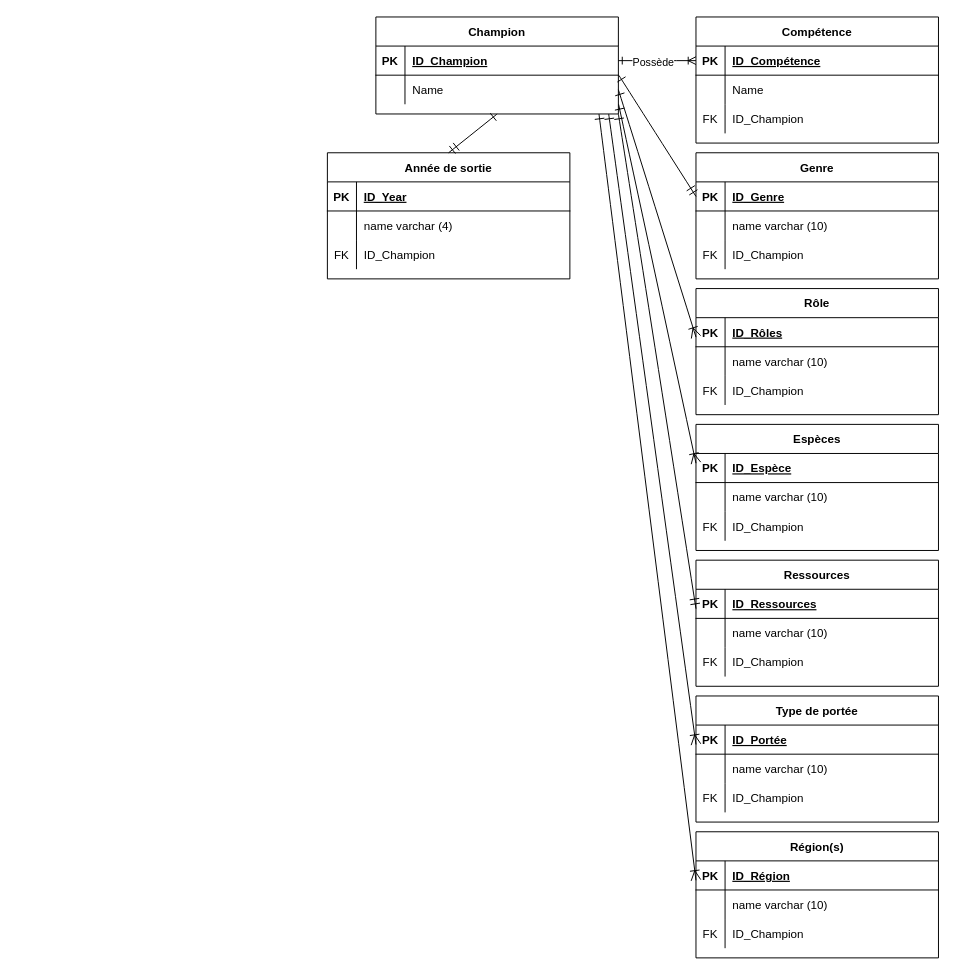
mbacc69005Branly/BTS2-CIEL-IR-MCD-2024-2025 keeps this draw.io diagram as Diagramme sans nom.drawio. Above is the earlier version. Source tidied: cells renumbered, new cells numbered last; positions are measured from the earlier drawing's top-left corner, leaving out a move shared by most shapes. Both pictures are drawn from the tidied source at 97%, with x=0, y=0 at pixel (327, 16).
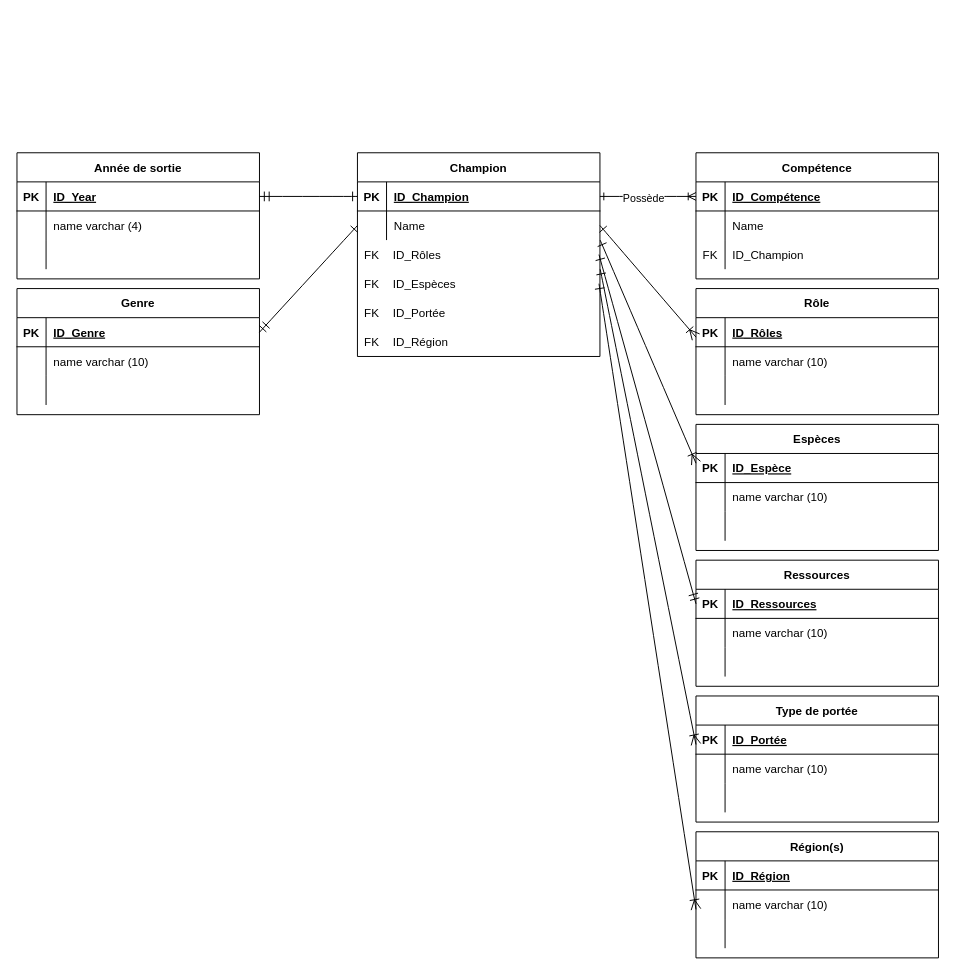
Above is the later version.

Commit message (it also covers changes not shown here):
Mettre à jour Diagramme sans nom.drawio

The change refers to these unchanged cells:
```xml
<mxCell id="15" style="shape=partialRectangle;fillColor=none;points=[[0,0.5],[1,0.5]];portConstraint=eastwest;top=0;left=0;right=0;bottom=1;" parent="14" vertex="1">
  <mxGeometry y="30" width="250" height="30" as="geometry" />
</mxCell>
<mxCell id="21" style="shape=partialRectangle;fillColor=none;top=0;left=0;right=0;bottom=0;" parent="14" vertex="1">
  <mxGeometry y="90" width="250" height="30" as="geometry" />
</mxCell>
<mxCell id="25" style="shape=partialRectangle;fillColor=none;points=[[0,0.5],[1,0.5]];portConstraint=eastwest;top=0;left=0;right=0;bottom=1;" parent="24" vertex="1">
  <mxGeometry y="30" width="250" height="30" as="geometry" />
</mxCell>
<mxCell id="28" style="shape=partialRectangle;fillColor=none;points=[[0,0.5],[1,0.5]];portConstraint=eastwest;top=0;left=0;right=0;bottom=0;" parent="24" vertex="1">
  <mxGeometry y="60" width="250" height="30" as="geometry" />
</mxCell>
<mxCell id="39" style="shape=partialRectangle;fillColor=none;top=0;left=0;right=0;bottom=0;" parent="32" vertex="1">
  <mxGeometry y="90" width="250" height="30" as="geometry" />
</mxCell>
<mxCell id="49" style="shape=partialRectangle;fillColor=none;top=0;left=0;right=0;bottom=0;" parent="42" vertex="1">
  <mxGeometry y="90" width="250" height="30" as="geometry" />
</mxCell>
<mxCell id="53" style="shape=partialRectangle;fillColor=none;points=[[0,0.5],[1,0.5]];portConstraint=eastwest;top=0;left=0;right=0;bottom=1;" parent="52" vertex="1">
  <mxGeometry y="30" width="250" height="30" as="geometry" />
</mxCell>
<mxCell id="59" style="shape=partialRectangle;fillColor=none;top=0;left=0;right=0;bottom=0;" parent="52" vertex="1">
  <mxGeometry y="90" width="250" height="30" as="geometry" />
</mxCell>
<mxCell id="63" style="shape=partialRectangle;fillColor=none;points=[[0,0.5],[1,0.5]];portConstraint=eastwest;top=0;left=0;right=0;bottom=1;" parent="62" vertex="1">
  <mxGeometry y="30" width="250" height="30" as="geometry" />
</mxCell>
<mxCell id="69" style="shape=partialRectangle;fillColor=none;top=0;left=0;right=0;bottom=0;" parent="62" vertex="1">
  <mxGeometry y="90" width="250" height="30" as="geometry" />
</mxCell>
<mxCell id="76" style="shape=partialRectangle;fillColor=none;points=[[0,0.5],[1,0.5]];portConstraint=eastwest;top=0;left=0;right=0;bottom=0;" parent="72" vertex="1">
  <mxGeometry y="60" width="250" height="30" as="geometry" />
</mxCell>
<mxCell id="79" style="shape=partialRectangle;fillColor=none;top=0;left=0;right=0;bottom=0;" parent="72" vertex="1">
  <mxGeometry y="90" width="250" height="30" as="geometry" />
</mxCell>
<mxCell id="83" style="shape=partialRectangle;fillColor=none;points=[[0,0.5],[1,0.5]];portConstraint=eastwest;top=0;left=0;right=0;bottom=1;" parent="82" vertex="1">
  <mxGeometry y="30" width="250" height="30" as="geometry" />
</mxCell>
<mxCell id="89" style="shape=partialRectangle;fillColor=none;top=0;left=0;right=0;bottom=0;" parent="82" vertex="1">
  <mxGeometry y="90" width="250" height="30" as="geometry" />
</mxCell>
```

Change to the diagram source:
```diff
@@
     <mxCell id="4" value="Compétence" style="shape=table;startSize=30;childLayout=tableLayout;rowLines=0;fontStyle=1;align=center;" parent="1" vertex="1">
-      <mxGeometry x="380" width="250" height="130" as="geometry" />
+      <mxGeometry x="380" y="140" width="250" height="130" as="geometry" />
     </mxCell>
@@
     <mxCell id="14" value="Genre" style="shape=table;startSize=30;childLayout=tableLayout;rowLines=0;fontStyle=1;align=center;" parent="1" vertex="1">
-      <mxGeometry x="380" y="140" width="250" height="130" as="geometry" />
+      <mxGeometry x="-320" y="280" width="250" height="130" as="geometry" />
     </mxCell>
@@
-    <mxCell id="22" value="FK" style="shape=partialRectangle;overflow=hidden;fillColor=none;top=0;left=0;bottom=0;right=0;" parent="21" vertex="1">
+    <mxCell id="22" style="shape=partialRectangle;overflow=hidden;fillColor=none;top=0;left=0;bottom=0;right=0;" parent="21" vertex="1">
       <mxGeometry width="30" height="30" as="geometry" />
     </mxCell>
-    <mxCell id="23" value="ID_Champion" style="shape=partialRectangle;overflow=hidden;fillColor=none;top=0;left=0;bottom=0;right=0;align=left;spacingLeft=6;" parent="21" vertex="1">
+    <mxCell id="23" style="shape=partialRectangle;overflow=hidden;fillColor=none;top=0;left=0;bottom=0;right=0;align=left;spacingLeft=6;" parent="21" vertex="1">
       <mxGeometry x="30" width="220" height="30" as="geometry" />
     </mxCell>
     <mxCell id="24" value="Champion" style="shape=table;startSize=30;childLayout=tableLayout;rowLines=0;fontStyle=1;align=center;" parent="1" vertex="1">
-      <mxGeometry x="50" width="250" height="100" as="geometry" />
+      <mxGeometry x="31" y="140" width="250" height="210" as="geometry" />
     </mxCell>
@@
-    <mxCell id="31" style="endArrow=ERmandOne;html=1;rounded=0;fontSize=12;startSize=8;endSize=8;curved=1;exitX=1.002;exitY=1.005;exitDx=0;exitDy=0;startArrow=ERone;startFill=0;endFill=0;entryX=0;entryY=0.5;entryDx=0;entryDy=0;exitPerimeter=0;" parent="1" edge="1" source="25" target="15">
-      <mxGeometry relative="1" as="geometry" />
-    </mxCell>
@@
-    <mxCell id="40" value="FK" style="shape=partialRectangle;overflow=hidden;fillColor=none;top=0;left=0;bottom=0;right=0;" parent="39" vertex="1">
+    <mxCell id="40" style="shape=partialRectangle;overflow=hidden;fillColor=none;top=0;left=0;bottom=0;right=0;" parent="39" vertex="1">
       <mxGeometry width="30" height="30" as="geometry" />
     </mxCell>
-    <mxCell id="41" value="ID_Champion" style="shape=partialRectangle;overflow=hidden;fillColor=none;top=0;left=0;bottom=0;right=0;align=left;spacingLeft=6;" parent="39" vertex="1">
+    <mxCell id="41" style="shape=partialRectangle;overflow=hidden;fillColor=none;top=0;left=0;bottom=0;right=0;align=left;spacingLeft=6;" parent="39" vertex="1">
       <mxGeometry x="30" width="220" height="30" as="geometry" />
     </mxCell>
@@
-    <mxCell id="50" value="FK" style="shape=partialRectangle;overflow=hidden;fillColor=none;top=0;left=0;bottom=0;right=0;" parent="49" vertex="1">
+    <mxCell id="50" style="shape=partialRectangle;overflow=hidden;fillColor=none;top=0;left=0;bottom=0;right=0;" parent="49" vertex="1">
       <mxGeometry width="30" height="30" as="geometry" />
     </mxCell>
-    <mxCell id="51" value="ID_Champion" style="shape=partialRectangle;overflow=hidden;fillColor=none;top=0;left=0;bottom=0;right=0;align=left;spacingLeft=6;" parent="49" vertex="1">
+    <mxCell id="51" style="shape=partialRectangle;overflow=hidden;fillColor=none;top=0;left=0;bottom=0;right=0;align=left;spacingLeft=6;" parent="49" vertex="1">
       <mxGeometry x="30" width="220" height="30" as="geometry" />
     </mxCell>
@@
-    <mxCell id="60" value="FK" style="shape=partialRectangle;overflow=hidden;fillColor=none;top=0;left=0;bottom=0;right=0;" parent="59" vertex="1">
+    <mxCell id="60" style="shape=partialRectangle;overflow=hidden;fillColor=none;top=0;left=0;bottom=0;right=0;" parent="59" vertex="1">
       <mxGeometry width="30" height="30" as="geometry" />
     </mxCell>
-    <mxCell id="61" value="ID_Champion" style="shape=partialRectangle;overflow=hidden;fillColor=none;top=0;left=0;bottom=0;right=0;align=left;spacingLeft=6;" parent="59" vertex="1">
+    <mxCell id="61" style="shape=partialRectangle;overflow=hidden;fillColor=none;top=0;left=0;bottom=0;right=0;align=left;spacingLeft=6;" parent="59" vertex="1">
       <mxGeometry x="30" width="220" height="30" as="geometry" />
     </mxCell>
@@
-    <mxCell id="70" value="FK" style="shape=partialRectangle;overflow=hidden;fillColor=none;top=0;left=0;bottom=0;right=0;" parent="69" vertex="1">
+    <mxCell id="70" style="shape=partialRectangle;overflow=hidden;fillColor=none;top=0;left=0;bottom=0;right=0;" parent="69" vertex="1">
       <mxGeometry width="30" height="30" as="geometry" />
     </mxCell>
-    <mxCell id="71" value="ID_Champion" style="shape=partialRectangle;overflow=hidden;fillColor=none;top=0;left=0;bottom=0;right=0;align=left;spacingLeft=6;" parent="69" vertex="1">
+    <mxCell id="71" style="shape=partialRectangle;overflow=hidden;fillColor=none;top=0;left=0;bottom=0;right=0;align=left;spacingLeft=6;" parent="69" vertex="1">
       <mxGeometry x="30" width="220" height="30" as="geometry" />
     </mxCell>
@@
-    <mxCell id="80" value="FK" style="shape=partialRectangle;overflow=hidden;fillColor=none;top=0;left=0;bottom=0;right=0;" parent="79" vertex="1">
+    <mxCell id="80" style="shape=partialRectangle;overflow=hidden;fillColor=none;top=0;left=0;bottom=0;right=0;" parent="79" vertex="1">
       <mxGeometry width="30" height="30" as="geometry" />
     </mxCell>
-    <mxCell id="81" value="ID_Champion" style="shape=partialRectangle;overflow=hidden;fillColor=none;top=0;left=0;bottom=0;right=0;align=left;spacingLeft=6;" parent="79" vertex="1">
+    <mxCell id="81" style="shape=partialRectangle;overflow=hidden;fillColor=none;top=0;left=0;bottom=0;right=0;align=left;spacingLeft=6;" parent="79" vertex="1">
       <mxGeometry x="30" width="220" height="30" as="geometry" />
     </mxCell>
     <mxCell id="82" value="Année de sortie" style="shape=table;startSize=30;childLayout=tableLayout;rowLines=0;fontStyle=1;align=center;" parent="1" vertex="1">
-      <mxGeometry y="140" width="250" height="130" as="geometry" />
+      <mxGeometry x="-320" y="140" width="250" height="130" as="geometry" />
     </mxCell>
@@
-    <mxCell id="90" value="FK" style="shape=partialRectangle;overflow=hidden;fillColor=none;top=0;left=0;bottom=0;right=0;" parent="89" vertex="1">
+    <mxCell id="90" style="shape=partialRectangle;overflow=hidden;fillColor=none;top=0;left=0;bottom=0;right=0;" parent="89" vertex="1">
       <mxGeometry width="30" height="30" as="geometry" />
     </mxCell>
-    <mxCell id="91" value="ID_Champion" style="shape=partialRectangle;overflow=hidden;fillColor=none;top=0;left=0;bottom=0;right=0;align=left;spacingLeft=6;" parent="89" vertex="1">
+    <mxCell id="91" style="shape=partialRectangle;overflow=hidden;fillColor=none;top=0;left=0;bottom=0;right=0;align=left;spacingLeft=6;" parent="89" vertex="1">
       <mxGeometry x="30" width="220" height="30" as="geometry" />
     </mxCell>
@@
-    <mxCell id="94" style="endArrow=ERmandOne;html=1;rounded=0;fontSize=12;startSize=8;endSize=8;curved=1;exitX=0.5;exitY=1;exitDx=0;exitDy=0;entryX=0.5;entryY=0;entryDx=0;entryDy=0;endFill=0;startArrow=ERone;startFill=0;" parent="1" edge="1" source="24" target="82">
+    <mxCell id="94" style="endArrow=ERmandOne;html=1;rounded=0;fontSize=12;startSize=8;endSize=8;curved=1;exitX=0;exitY=0.5;exitDx=0;exitDy=0;entryX=1;entryY=0.5;entryDx=0;entryDy=0;endFill=0;startArrow=ERone;startFill=0;" parent="1" edge="1" source="25" target="83">
       <mxGeometry relative="1" as="geometry" />
     </mxCell>
-    <mxCell id="95" style="endArrow=ERmandOne;html=1;rounded=0;fontSize=12;startSize=8;endSize=8;curved=1;exitX=1;exitY=1;exitDx=0;exitDy=0;entryX=0;entryY=0.333;entryDx=0;entryDy=0;entryPerimeter=0;startArrow=ERone;startFill=0;endFill=0;" parent="1" edge="1" source="24">
-      <mxGeometry relative="1" as="geometry">
-        <mxPoint x="380" y="610" as="targetPoint" />
-      </mxGeometry>
+    <mxCell id="95" style="endArrow=ERmandOne;html=1;rounded=0;fontSize=12;startSize=8;endSize=8;curved=1;exitX=1;exitY=0.5;exitDx=0;exitDy=0;entryX=0;entryY=0.5;entryDx=0;entryDy=0;startArrow=ERone;startFill=0;endFill=0;" parent="1" edge="1" source="100" target="53">
+      <mxGeometry relative="1" as="geometry" />
     </mxCell>
-    <mxCell id="96" style="endArrow=ERoneToMany;html=1;rounded=0;fontSize=12;startSize=8;endSize=8;curved=1;entryX=0;entryY=0.333;entryDx=0;entryDy=0;entryPerimeter=0;startArrow=ERone;startFill=0;endFill=0;" parent="1" edge="1">
-      <mxGeometry relative="1" as="geometry">
-        <mxPoint x="290" y="100" as="sourcePoint" />
-        <mxPoint x="380" y="750" as="targetPoint" />
-      </mxGeometry>
+    <mxCell id="96" style="endArrow=ERoneToMany;html=1;rounded=0;fontSize=12;startSize=8;endSize=8;curved=1;entryX=0;entryY=0.667;entryDx=0;entryDy=0;entryPerimeter=0;startArrow=ERone;startFill=0;endFill=0;exitX=1.005;exitY=0;exitDx=0;exitDy=0;exitPerimeter=0;" parent="1" edge="1" source="103" target="63">
+      <mxGeometry relative="1" as="geometry" />
     </mxCell>
-    <mxCell id="97" style="endArrow=ERoneToMany;html=1;rounded=0;fontSize=12;startSize=8;endSize=8;curved=1;entryX=0;entryY=0.333;entryDx=0;entryDy=0;entryPerimeter=0;startArrow=ERone;startFill=0;endFill=0;" parent="1" edge="1">
-      <mxGeometry relative="1" as="geometry">
-        <mxPoint x="280" y="100" as="sourcePoint" />
-        <mxPoint x="380" y="890" as="targetPoint" />
-      </mxGeometry>
+    <mxCell id="97" style="endArrow=ERoneToMany;html=1;rounded=0;fontSize=12;startSize=8;endSize=8;curved=1;startArrow=ERone;startFill=0;endFill=0;entryX=0;entryY=0.667;entryDx=0;entryDy=0;entryPerimeter=0;exitX=1;exitY=0.5;exitDx=0;exitDy=0;" parent="1" edge="1" source="103" target="76">
+      <mxGeometry relative="1" as="geometry" />
     </mxCell>
+    <mxCell id="98" value="FK" style="shape=partialRectangle;overflow=hidden;fillColor=none;top=0;left=0;bottom=0;right=0;" parent="1" vertex="1">
+      <mxGeometry x="31" y="230" width="30" height="30" as="geometry" />
+    </mxCell>
+    <mxCell id="99" value="FK" style="shape=partialRectangle;overflow=hidden;fillColor=none;top=0;left=0;bottom=0;right=0;" parent="1" vertex="1">
+      <mxGeometry x="31" y="260" width="30" height="30" as="geometry" />
+    </mxCell>
+    <mxCell id="100" style="shape=partialRectangle;fillColor=none;points=[[0,0.5],[1,0.5]];portConstraint=eastwest;top=0;left=0;right=0;bottom=0;" parent="1" vertex="1">
+      <mxGeometry x="30" y="230" width="250" height="30" as="geometry" />
+    </mxCell>
+    <mxCell id="101" style="shape=partialRectangle;overflow=hidden;fillColor=none;top=0;left=0;bottom=0;right=0;" parent="100" vertex="1">
+      <mxGeometry width="30" height="30" as="geometry" />
+    </mxCell>
+    <mxCell id="102" value="ID_Rôles" style="shape=partialRectangle;overflow=hidden;fillColor=none;top=0;left=0;bottom=0;right=0;align=left;spacingLeft=6;" parent="100" vertex="1">
+      <mxGeometry x="30" width="220" height="30" as="geometry" />
+    </mxCell>
+    <mxCell id="103" style="shape=partialRectangle;fillColor=none;points=[[0,0.5],[1,0.5]];portConstraint=eastwest;top=0;left=0;right=0;bottom=0;" parent="1" vertex="1">
+      <mxGeometry x="30" y="260" width="250" height="30" as="geometry" />
+    </mxCell>
+    <mxCell id="104" style="shape=partialRectangle;overflow=hidden;fillColor=none;top=0;left=0;bottom=0;right=0;" parent="103" vertex="1">
+      <mxGeometry width="30" height="30" as="geometry" />
+    </mxCell>
+    <mxCell id="105" value="ID_Espèces" style="shape=partialRectangle;overflow=hidden;fillColor=none;top=0;left=0;bottom=0;right=0;align=left;spacingLeft=6;" parent="103" vertex="1">
+      <mxGeometry x="30" width="220" height="30" as="geometry" />
+    </mxCell>
+    <mxCell id="106" style="shape=partialRectangle;fillColor=none;top=0;left=0;right=0;bottom=0;" parent="1" vertex="1">
+      <mxGeometry x="30" y="290" width="250" height="30" as="geometry" />
+    </mxCell>
+    <mxCell id="107" style="shape=partialRectangle;overflow=hidden;fillColor=none;top=0;left=0;bottom=0;right=0;" parent="106" vertex="1">
+      <mxGeometry width="30" height="30" as="geometry" />
+    </mxCell>
+    <mxCell id="108" value="ID_Portée" style="shape=partialRectangle;overflow=hidden;fillColor=none;top=0;left=0;bottom=0;right=0;align=left;spacingLeft=6;" parent="106" vertex="1">
+      <mxGeometry x="30" width="220" height="30" as="geometry" />
+    </mxCell>
+    <mxCell id="109" value="FK" style="shape=partialRectangle;overflow=hidden;fillColor=none;top=0;left=0;bottom=0;right=0;" parent="1" vertex="1">
+      <mxGeometry x="31" y="290" width="30" height="30" as="geometry" />
+    </mxCell>
+    <mxCell id="110" value="FK" style="shape=partialRectangle;overflow=hidden;fillColor=none;top=0;left=0;bottom=0;right=0;" parent="1" vertex="1">
+      <mxGeometry x="31" y="320" width="30" height="30" as="geometry" />
+    </mxCell>
+    <mxCell id="111" style="shape=partialRectangle;fillColor=none;top=0;left=0;right=0;bottom=0;" parent="1" vertex="1">
+      <mxGeometry x="30" y="320" width="250" height="30" as="geometry" />
+    </mxCell>
+    <mxCell id="112" style="shape=partialRectangle;overflow=hidden;fillColor=none;top=0;left=0;bottom=0;right=0;" parent="111" vertex="1">
+      <mxGeometry width="30" height="30" as="geometry" />
+    </mxCell>
+    <mxCell id="113" value="ID_Région" style="shape=partialRectangle;overflow=hidden;fillColor=none;top=0;left=0;bottom=0;right=0;align=left;spacingLeft=6;" parent="111" vertex="1">
+      <mxGeometry x="30" width="220" height="30" as="geometry" />
+    </mxCell>
+    <mxCell id="114" style="endArrow=ERmandOne;html=1;rounded=0;fontSize=12;startSize=8;endSize=8;curved=1;entryX=1;entryY=0.5;entryDx=0;entryDy=0;exitX=0;exitY=0.5;exitDx=0;exitDy=0;startArrow=ERone;startFill=0;endFill=0;" parent="1" edge="1" source="28" target="15">
+      <mxGeometry relative="1" as="geometry" />
+    </mxCell>
```
